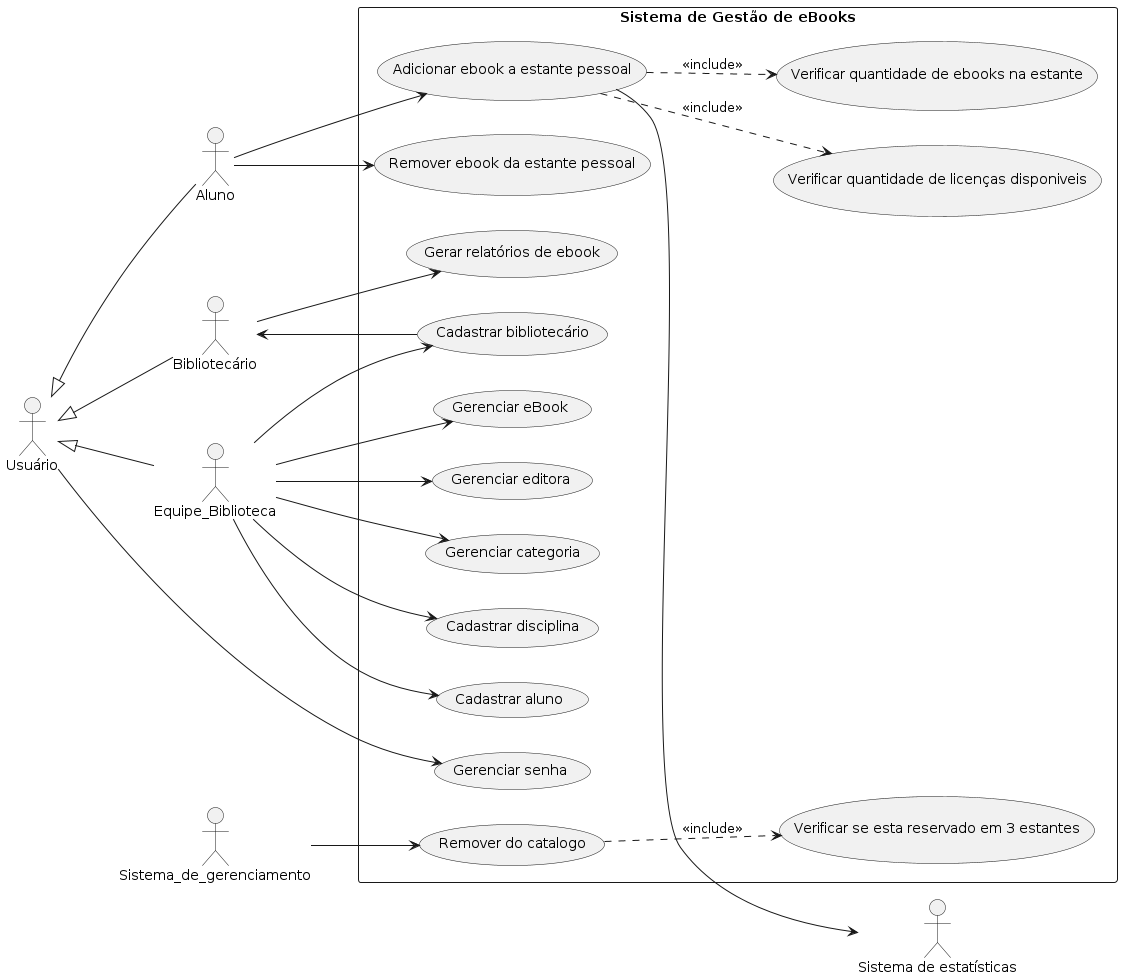
Above: docs/diagramas/casos-de-uso.png in brunokilo/lab01-ebooks-biblioteca (PlantUML), before the change.
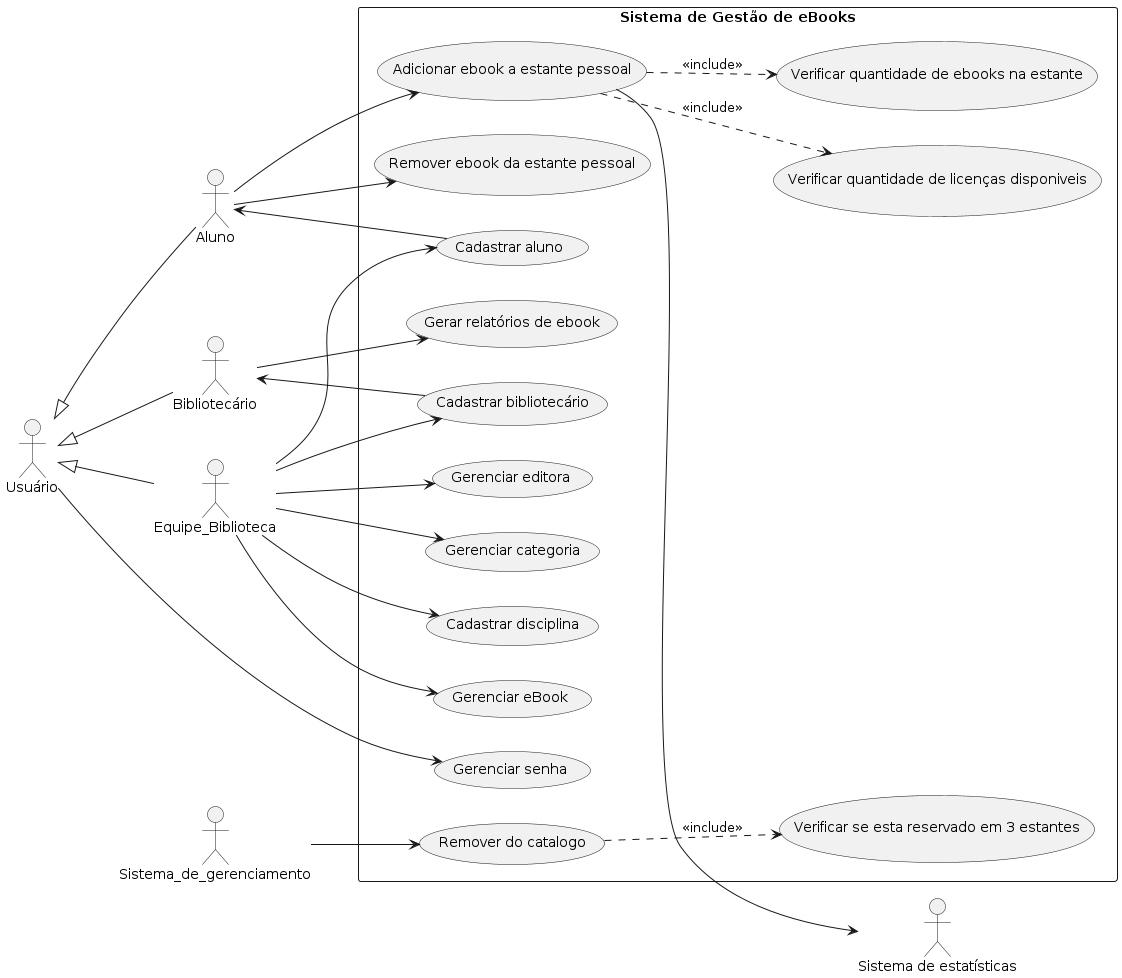
After the commit.

Commit message:
diagramas: atualiza imagem do diagrama de casos de uso

Diff of the diagram source:
```diff
@@ -38,6 +38,7 @@
 Equipe_Biblioteca --> (UC08)
 Equipe_Biblioteca --> (UC13)
 Equipe_Biblioteca --> (UC14)
+UC13 --> Aluno
 UC14 --> Bibliotecario
 
 Bibliotecario --> (UC04)
```
